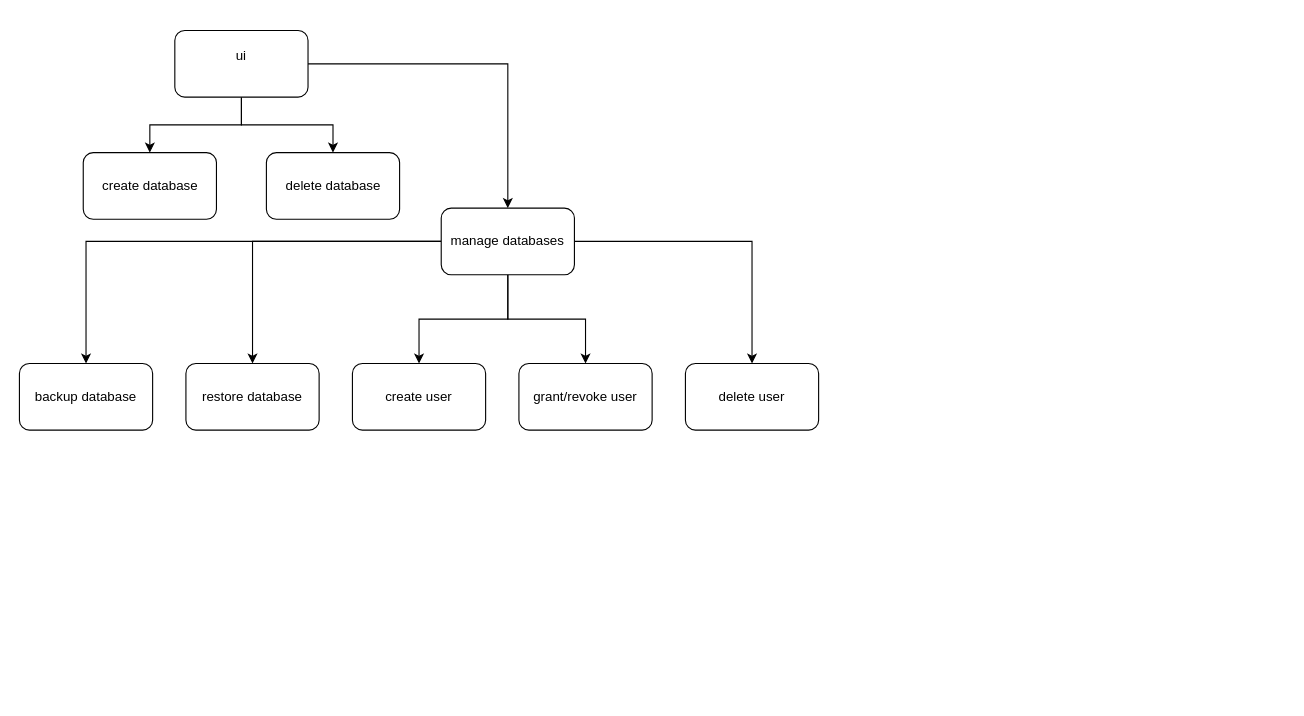
This is diagrams/pgaas.drawio from PedroMussato/pgaas.online, a draw.io file, before an edit. Source tidied: cells renumbered, new cells numbered last; positions are measured from the earlier drawing's top-left corner, leaving out a move shared by most shapes. Both pictures are drawn from the tidied source at 111%, with x=0, y=0 at pixel (19, 30).
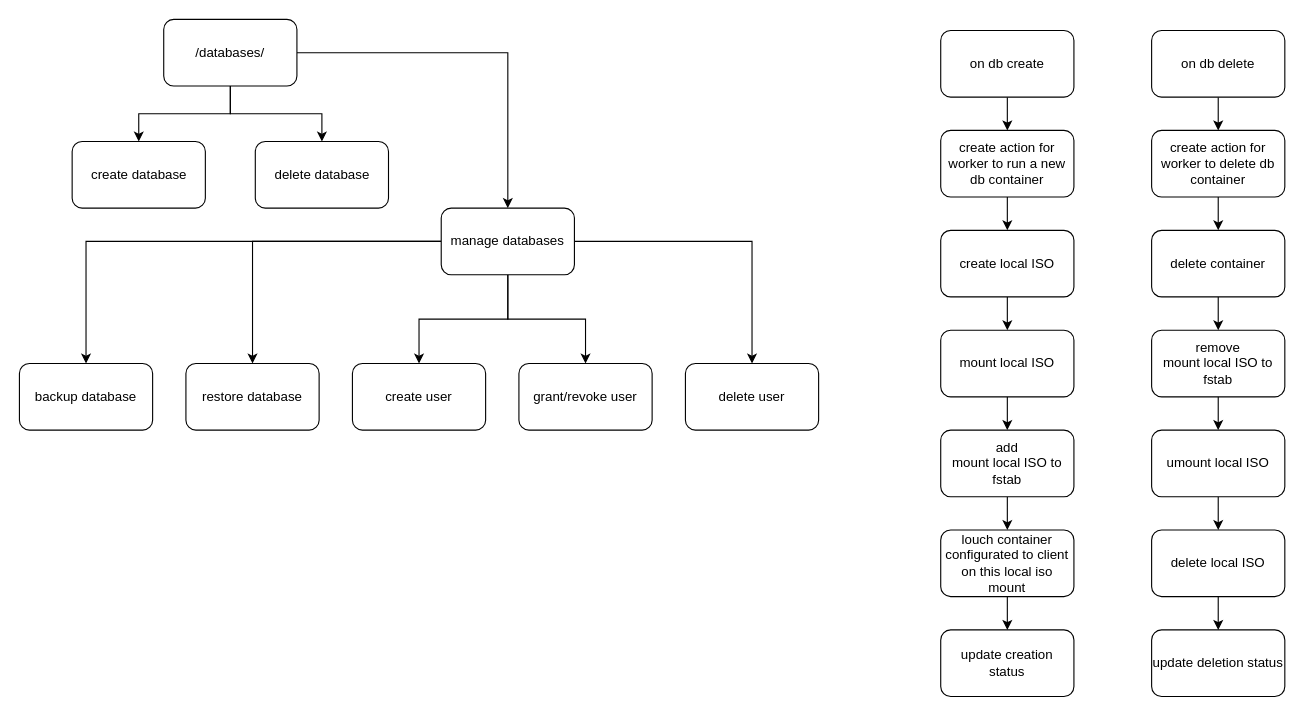
The same page after the edit.

Change to the diagram source:
```diff
@@
-    <mxCell id="5" value="&lt;div&gt;ui&lt;/div&gt;&lt;div&gt;&lt;br&gt;&lt;/div&gt;" style="rounded=1;whiteSpace=wrap;html=1;" parent="1" vertex="1">
-      <mxGeometry x="140" width="120" height="60" as="geometry" />
+    <mxCell id="5" value="/databases/" style="rounded=1;whiteSpace=wrap;html=1;" parent="1" vertex="1">
+      <mxGeometry x="130" y="-10" width="120" height="60" as="geometry" />
     </mxCell>
     <mxCell id="6" value="create database" style="rounded=1;whiteSpace=wrap;html=1;" parent="1" vertex="1">
-      <mxGeometry x="57.5" y="110" width="120" height="60" as="geometry" />
+      <mxGeometry x="47.5" y="100" width="120" height="60" as="geometry" />
     </mxCell>
     <mxCell id="7" value="delete database" style="rounded=1;whiteSpace=wrap;html=1;" parent="1" vertex="1">
-      <mxGeometry x="222.5" y="110" width="120" height="60" as="geometry" />
+      <mxGeometry x="212.5" y="100" width="120" height="60" as="geometry" />
     </mxCell>
@@
+    <mxCell id="19" style="edgeStyle=orthogonalEdgeStyle;rounded=0;jettySize=auto;html=1;" parent="1" edge="1" source="20" target="22">
+      <mxGeometry relative="1" as="geometry" />
+    </mxCell>
+    <mxCell id="20" value="on db create" style="rounded=1;whiteSpace=wrap;html=1;" parent="1" vertex="1">
+      <mxGeometry x="830" width="120" height="60" as="geometry" />
+    </mxCell>
+    <mxCell id="21" style="edgeStyle=orthogonalEdgeStyle;rounded=0;jettySize=auto;html=1;" parent="1" edge="1" source="22" target="25">
+      <mxGeometry relative="1" as="geometry" />
+    </mxCell>
+    <mxCell id="22" value="create action for worker to run a new db container" style="rounded=1;whiteSpace=wrap;html=1;" parent="1" vertex="1">
+      <mxGeometry x="830" y="90" width="120" height="60" as="geometry" />
+    </mxCell>
+    <mxCell id="23" value="update creation status" style="rounded=1;whiteSpace=wrap;html=1;" parent="1" vertex="1">
+      <mxGeometry x="830" y="540" width="120" height="60" as="geometry" />
+    </mxCell>
+    <mxCell id="24" style="edgeStyle=orthogonalEdgeStyle;rounded=0;jettySize=auto;html=1;" parent="1" edge="1" source="25" target="27">
+      <mxGeometry relative="1" as="geometry" />
+    </mxCell>
+    <mxCell id="25" value="&lt;div&gt;create local ISO&lt;/div&gt;" style="rounded=1;whiteSpace=wrap;html=1;" parent="1" vertex="1">
+      <mxGeometry x="830" y="180" width="120" height="60" as="geometry" />
+    </mxCell>
+    <mxCell id="26" style="edgeStyle=orthogonalEdgeStyle;rounded=0;jettySize=auto;html=1;" parent="1" edge="1" source="27" target="29">
+      <mxGeometry relative="1" as="geometry" />
+    </mxCell>
+    <mxCell id="27" value="&lt;div&gt;mount local ISO&lt;/div&gt;" style="rounded=1;whiteSpace=wrap;html=1;" parent="1" vertex="1">
+      <mxGeometry x="830" y="270" width="120" height="60" as="geometry" />
+    </mxCell>
+    <mxCell id="28" style="edgeStyle=orthogonalEdgeStyle;rounded=0;jettySize=auto;html=1;" parent="1" edge="1" source="29" target="31">
+      <mxGeometry relative="1" as="geometry" />
+    </mxCell>
+    <mxCell id="29" value="add&lt;br&gt;&lt;div&gt;mount local ISO to fstab&lt;br&gt;&lt;/div&gt;" style="rounded=1;whiteSpace=wrap;html=1;" parent="1" vertex="1">
+      <mxGeometry x="830" y="360" width="120" height="60" as="geometry" />
+    </mxCell>
+    <mxCell id="30" style="edgeStyle=orthogonalEdgeStyle;rounded=0;jettySize=auto;html=1;" parent="1" edge="1" source="31" target="23">
+      <mxGeometry relative="1" as="geometry" />
+    </mxCell>
+    <mxCell id="31" value="louch container configurated to client on this local iso mount" style="rounded=1;whiteSpace=wrap;html=1;" parent="1" vertex="1">
+      <mxGeometry x="830" y="450" width="120" height="60" as="geometry" />
+    </mxCell>
+    <mxCell id="32" style="edgeStyle=orthogonalEdgeStyle;rounded=0;jettySize=auto;html=1;" parent="1" edge="1" source="33" target="35">
+      <mxGeometry relative="1" as="geometry" />
+    </mxCell>
+    <mxCell id="33" value="on db delete" style="rounded=1;whiteSpace=wrap;html=1;" parent="1" vertex="1">
+      <mxGeometry x="1020" width="120" height="60" as="geometry" />
+    </mxCell>
+    <mxCell id="34" style="edgeStyle=orthogonalEdgeStyle;rounded=0;jettySize=auto;html=1;" parent="1" edge="1" source="35" target="44">
+      <mxGeometry relative="1" as="geometry" />
+    </mxCell>
+    <mxCell id="35" value="create action for worker to delete db container" style="rounded=1;whiteSpace=wrap;html=1;" parent="1" vertex="1">
+      <mxGeometry x="1020" y="90" width="120" height="60" as="geometry" />
+    </mxCell>
+    <mxCell id="36" value="update deletion status" style="rounded=1;whiteSpace=wrap;html=1;" parent="1" vertex="1">
+      <mxGeometry x="1020" y="540" width="120" height="60" as="geometry" />
+    </mxCell>
+    <mxCell id="37" style="edgeStyle=orthogonalEdgeStyle;rounded=0;jettySize=auto;html=1;" parent="1" edge="1" source="38" target="36">
+      <mxGeometry relative="1" as="geometry" />
+    </mxCell>
+    <mxCell id="38" value="&lt;div&gt;delete local ISO&lt;/div&gt;" style="rounded=1;whiteSpace=wrap;html=1;" parent="1" vertex="1">
+      <mxGeometry x="1020" y="450" width="120" height="60" as="geometry" />
+    </mxCell>
+    <mxCell id="39" style="edgeStyle=orthogonalEdgeStyle;rounded=0;jettySize=auto;html=1;" parent="1" edge="1" source="40" target="38">
+      <mxGeometry relative="1" as="geometry" />
+    </mxCell>
+    <mxCell id="40" value="umount local ISO" style="rounded=1;whiteSpace=wrap;html=1;" parent="1" vertex="1">
+      <mxGeometry x="1020" y="360" width="120" height="60" as="geometry" />
+    </mxCell>
+    <mxCell id="41" style="edgeStyle=orthogonalEdgeStyle;rounded=0;jettySize=auto;html=1;" parent="1" edge="1" source="42" target="40">
+      <mxGeometry relative="1" as="geometry" />
+    </mxCell>
+    <mxCell id="42" value="remove&lt;br&gt;&lt;div&gt;mount local ISO to fstab&lt;br&gt;&lt;/div&gt;" style="rounded=1;whiteSpace=wrap;html=1;" parent="1" vertex="1">
+      <mxGeometry x="1020" y="270" width="120" height="60" as="geometry" />
+    </mxCell>
+    <mxCell id="43" style="edgeStyle=orthogonalEdgeStyle;rounded=0;jettySize=auto;html=1;" parent="1" edge="1" source="44" target="42">
+      <mxGeometry relative="1" as="geometry" />
+    </mxCell>
+    <mxCell id="44" value="delete container" style="rounded=1;whiteSpace=wrap;html=1;" parent="1" vertex="1">
+      <mxGeometry x="1020" y="180" width="120" height="60" as="geometry" />
+    </mxCell>
```
